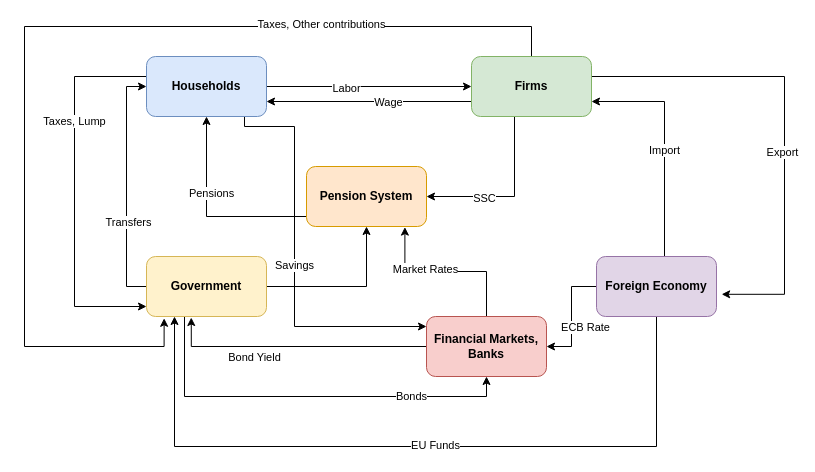
Before: ogre/zakladna_schema.drawio in zuzancek/schemes, a draw.io diagram. Source tidied: cells renumbered, new cells numbered last; positions are measured from the earlier drawing's top-left corner, leaving out a move shared by most shapes. Both pictures are drawn from the tidied source at 100%, with x=0, y=0 at pixel (24, 26).
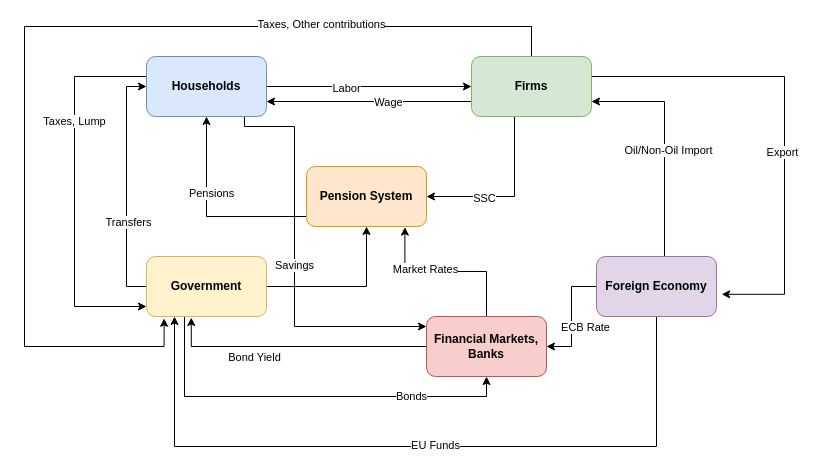
The same page after the edit.

The change refers to these unchanged cells:
```xml
<mxCell id="34" style="edgeStyle=orthogonalEdgeStyle;rounded=0;jettySize=auto;html=1;entryX=1;entryY=0.75;entryDx=0;entryDy=0;" parent="1" edge="1" source="38" target="17">
  <mxGeometry relative="1" as="geometry">
    <Array as="points">
      <mxPoint x="640" y="75" />
    </Array>
  </mxGeometry>
</mxCell>
```

The edit, as a diff of the source:
```diff
@@
-    <mxCell id="35" value="Import" style="edgeLabel;html=1;align=center;verticalAlign=middle;" parent="34" vertex="1">
-      <mxGeometry x="-0.06" y="1" relative="1" as="geometry" />
-    </mxCell>
+    <mxCell id="39" value="Oil/Non-Oil Import" style="edgeLabel;html=1;align=center;verticalAlign=middle;" parent="34" vertex="1">
+      <mxGeometry x="-0.06" y="-3" relative="1" as="geometry" />
+    </mxCell>
```
